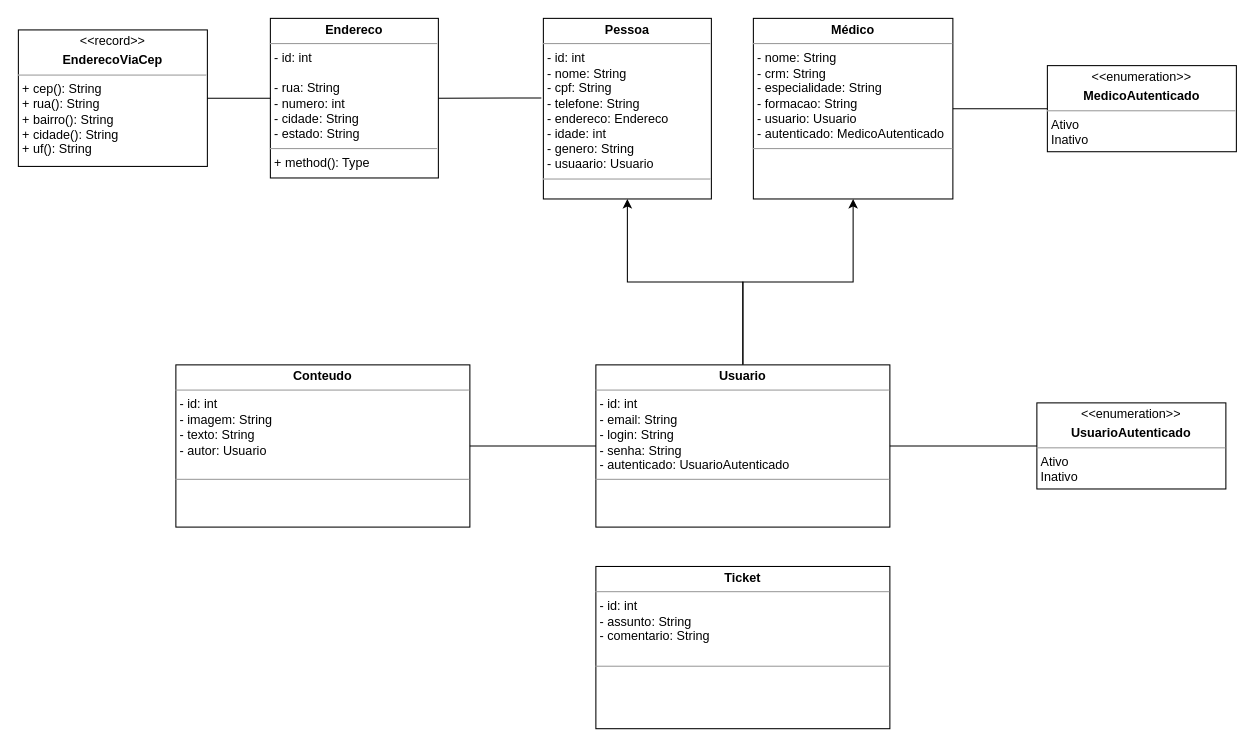
Earlier version of the draw.io diagram DDD/GSClassDiagram.drawio (Santlago/Global-Solution-LifeGuardian). Source tidied: cells renumbered, new cells numbered last; positions are measured from the earlier drawing's top-left corner, leaving out a move shared by most shapes. Both pictures are drawn from the tidied source at 105%, with x=0, y=0 at pixel (18, 18).
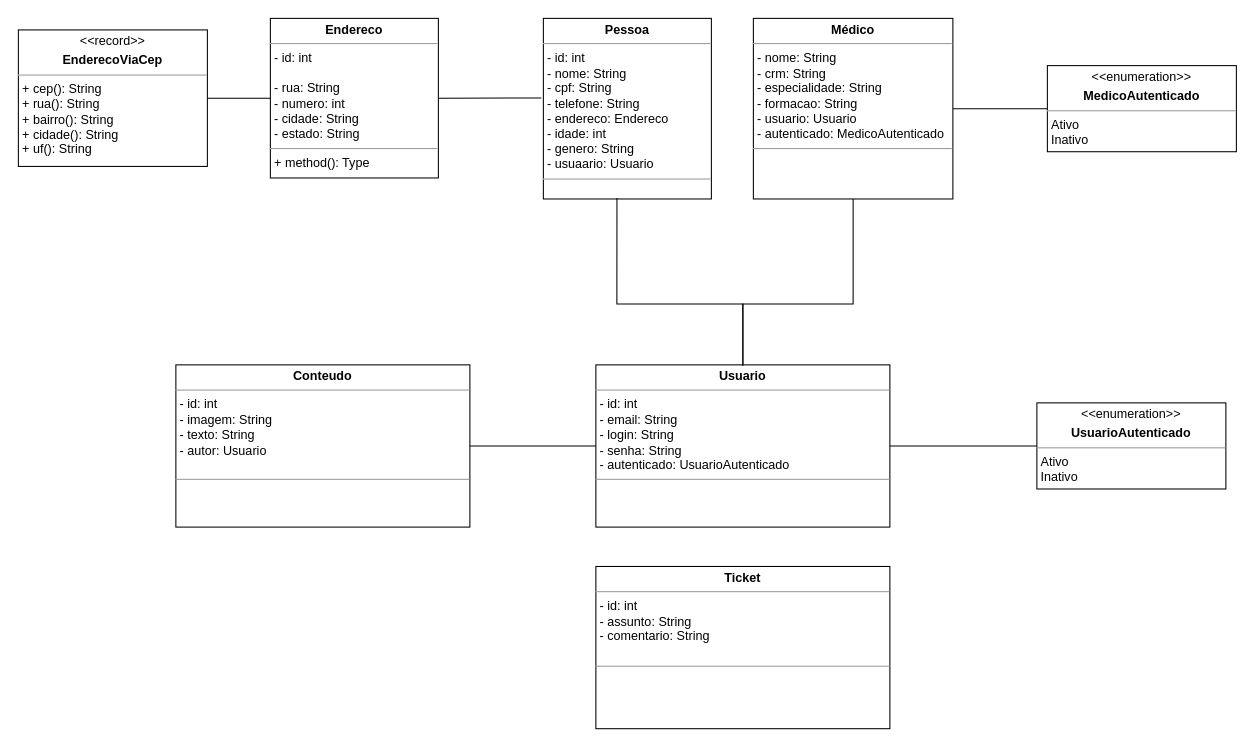
Above is the later version.

The change refers to these unchanged cells:
```xml
<mxCell id="4" value="&lt;p style=&quot;margin:0px;margin-top:4px;text-align:center;&quot;&gt;&lt;b&gt;Usuario&lt;/b&gt;&lt;/p&gt;&lt;hr size=&quot;1&quot;&gt;&lt;p style=&quot;margin:0px;margin-left:4px;&quot;&gt;&lt;span style=&quot;background-color: initial;&quot;&gt;- id: int&lt;/span&gt;&lt;br&gt;&lt;/p&gt;&lt;p style=&quot;margin:0px;margin-left:4px;&quot;&gt;- email: String&lt;span style=&quot;background-color: initial;&quot;&gt;&lt;br&gt;&lt;/span&gt;&lt;/p&gt;&lt;p style=&quot;margin:0px;margin-left:4px;&quot;&gt;&lt;span style=&quot;background-color: initial;&quot;&gt;- login: String&lt;/span&gt;&lt;br&gt;&lt;/p&gt;&lt;p style=&quot;margin:0px;margin-left:4px;&quot;&gt;- senha: String&lt;/p&gt;&lt;p style=&quot;margin:0px;margin-left:4px;&quot;&gt;- autenticado: UsuarioAutenticado&lt;/p&gt;&lt;hr size=&quot;1&quot;&gt;&lt;p style=&quot;margin:0px;margin-left:4px;&quot;&gt;&lt;br&gt;&lt;/p&gt;" style="verticalAlign=top;align=left;overflow=fill;fontSize=12;fontFamily=Helvetica;html=1;whiteSpace=wrap;" parent="1" vertex="1">
  <mxGeometry x="550" y="330" width="280" height="154.5" as="geometry" />
</mxCell>
<mxCell id="5" value="&lt;p style=&quot;margin:0px;margin-top:4px;text-align:center;&quot;&gt;&lt;b&gt;Pessoa&lt;/b&gt;&lt;/p&gt;&lt;hr size=&quot;1&quot;&gt;&lt;p style=&quot;border-color: var(--border-color); margin: 0px 0px 0px 4px;&quot;&gt;- id: int&lt;/p&gt;&lt;p style=&quot;border-color: var(--border-color); margin: 0px 0px 0px 4px;&quot;&gt;- nome: String&lt;/p&gt;&lt;p style=&quot;border-color: var(--border-color); margin: 0px 0px 0px 4px;&quot;&gt;- cpf: String&lt;/p&gt;&lt;p style=&quot;border-color: var(--border-color); margin: 0px 0px 0px 4px;&quot;&gt;- telefone: String&lt;/p&gt;&lt;p style=&quot;border-color: var(--border-color); margin: 0px 0px 0px 4px;&quot;&gt;- endereco: Endereco&lt;/p&gt;&lt;p style=&quot;border-color: var(--border-color); margin: 0px 0px 0px 4px;&quot;&gt;- idade: int&lt;/p&gt;&lt;p style=&quot;border-color: var(--border-color); margin: 0px 0px 0px 4px;&quot;&gt;- genero: String&lt;/p&gt;&lt;p style=&quot;border-color: var(--border-color); margin: 0px 0px 0px 4px;&quot;&gt;- usuaario: Usuario&lt;/p&gt;&lt;hr size=&quot;1&quot;&gt;&lt;p style=&quot;margin:0px;margin-left:4px;&quot;&gt;&lt;br&gt;&lt;/p&gt;" style="verticalAlign=top;align=left;overflow=fill;fontSize=12;fontFamily=Helvetica;html=1;whiteSpace=wrap;" parent="1" vertex="1">
  <mxGeometry x="500" width="160" height="172" as="geometry" />
</mxCell>
<mxCell id="7" value="&lt;p style=&quot;margin:0px;margin-top:4px;text-align:center;&quot;&gt;&lt;b&gt;Médico&lt;/b&gt;&lt;/p&gt;&lt;hr size=&quot;1&quot;&gt;&lt;p style=&quot;border-color: var(--border-color); margin: 0px 0px 0px 4px;&quot;&gt;&lt;span style=&quot;background-color: initial;&quot;&gt;- nome: String&lt;/span&gt;&lt;/p&gt;&lt;p style=&quot;border-color: var(--border-color); margin: 0px 0px 0px 4px;&quot;&gt;- crm: String&lt;br&gt;&lt;/p&gt;&lt;p style=&quot;border-color: var(--border-color); margin: 0px 0px 0px 4px;&quot;&gt;- especialidade: String&lt;/p&gt;&lt;p style=&quot;border-color: var(--border-color); margin: 0px 0px 0px 4px;&quot;&gt;- formacao: String&lt;/p&gt;&lt;p style=&quot;border-color: var(--border-color); margin: 0px 0px 0px 4px;&quot;&gt;- usuario: Usuario&lt;/p&gt;&lt;p style=&quot;border-color: var(--border-color); margin: 0px 0px 0px 4px;&quot;&gt;- autenticado: MedicoAutenticado&lt;/p&gt;&lt;hr size=&quot;1&quot;&gt;&lt;p style=&quot;margin:0px;margin-left:4px;&quot;&gt;&lt;br&gt;&lt;/p&gt;" style="verticalAlign=top;align=left;overflow=fill;fontSize=12;fontFamily=Helvetica;html=1;whiteSpace=wrap;" parent="1" vertex="1">
  <mxGeometry x="700" width="190" height="172" as="geometry" />
</mxCell>
```

Change to the diagram source:
```diff
@@
-    <mxCell id="2" style="edgeStyle=orthogonalEdgeStyle;rounded=0;jettySize=auto;html=1;entryX=0.5;entryY=1;entryDx=0;entryDy=0;" parent="1" edge="1" source="4" target="5">
-      <mxGeometry relative="1" as="geometry" />
-    </mxCell>
-    <mxCell id="3" style="edgeStyle=orthogonalEdgeStyle;rounded=0;jettySize=auto;html=1;entryX=0.5;entryY=1;entryDx=0;entryDy=0;" parent="1" edge="1" source="4" target="7">
-      <mxGeometry relative="1" as="geometry" />
-    </mxCell>
@@
+    <mxCell id="2" style="endArrow=none;html=1;rounded=0;entryX=0.438;entryY=0.994;entryDx=0;entryDy=0;exitX=0.5;exitY=0;exitDx=0;exitDy=0;entryPerimeter=0;" parent="1" edge="1" source="4" target="5">
+      <mxGeometry relative="1" as="geometry">
+        <Array as="points">
+          <mxPoint x="690" y="272" />
+          <mxPoint x="570" y="272" />
+        </Array>
+      </mxGeometry>
+    </mxCell>
+    <mxCell id="18" style="endArrow=none;html=1;rounded=0;entryX=0.5;entryY=1;entryDx=0;entryDy=0;exitX=0.5;exitY=0;exitDx=0;exitDy=0;" parent="1" edge="1" target="7">
+      <mxGeometry relative="1" as="geometry">
+        <mxPoint x="690" y="331" as="sourcePoint" />
+        <Array as="points">
+          <mxPoint x="690" y="272" />
+          <mxPoint x="795" y="272" />
+        </Array>
+      </mxGeometry>
+    </mxCell>
```
